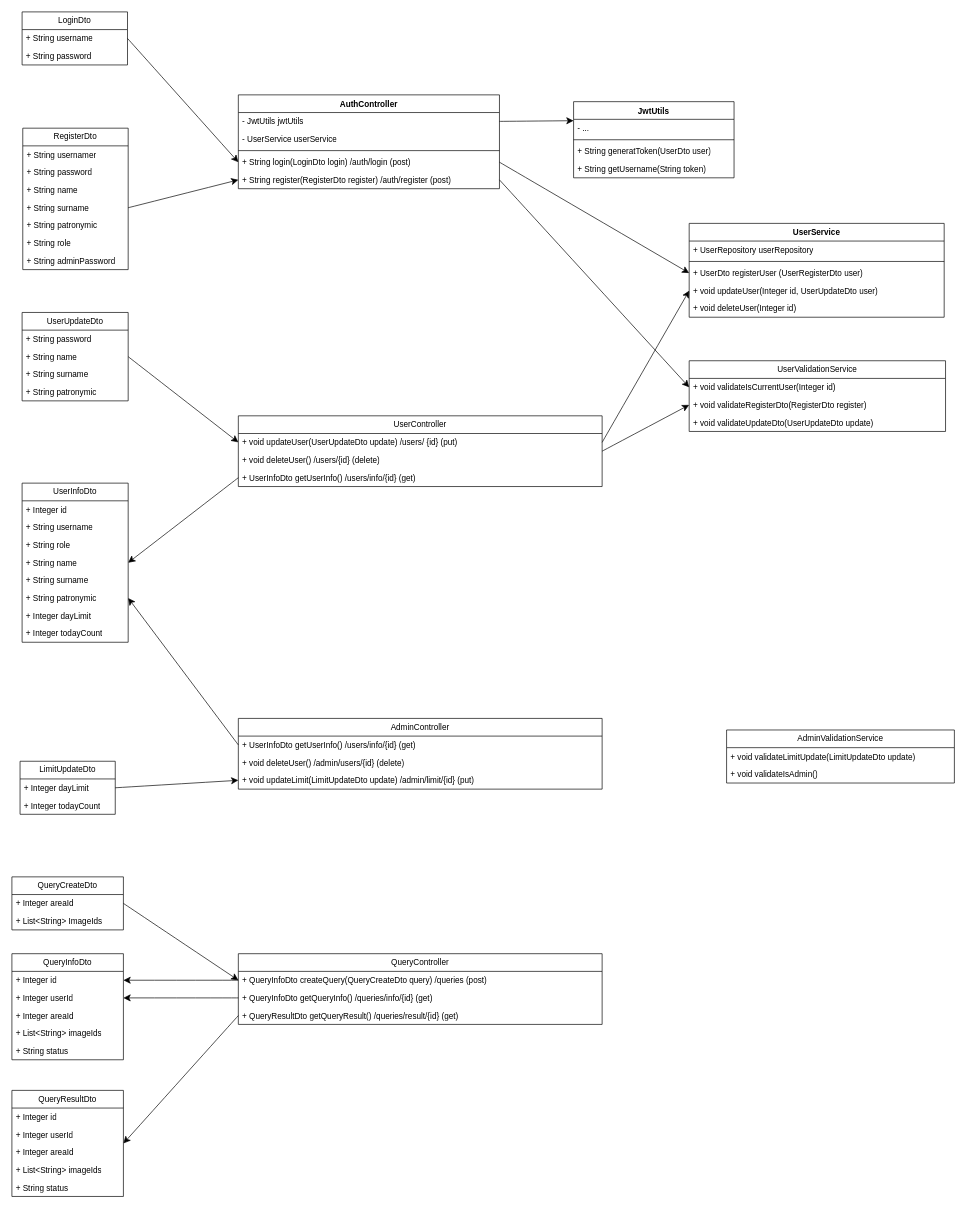
48-iq/drawIo keeps this draw.io diagram as page "GateWay" (2 of 4) of projects/accelerator-prototype.drawio. Above is the earlier version. Source tidied: cells renumbered, new cells numbered last; positions are measured from the earlier drawing's top-left corner, leaving out a move shared by most shapes. Both pictures are drawn from the tidied source at 68%, with x=0, y=0 at pixel (12, 12).
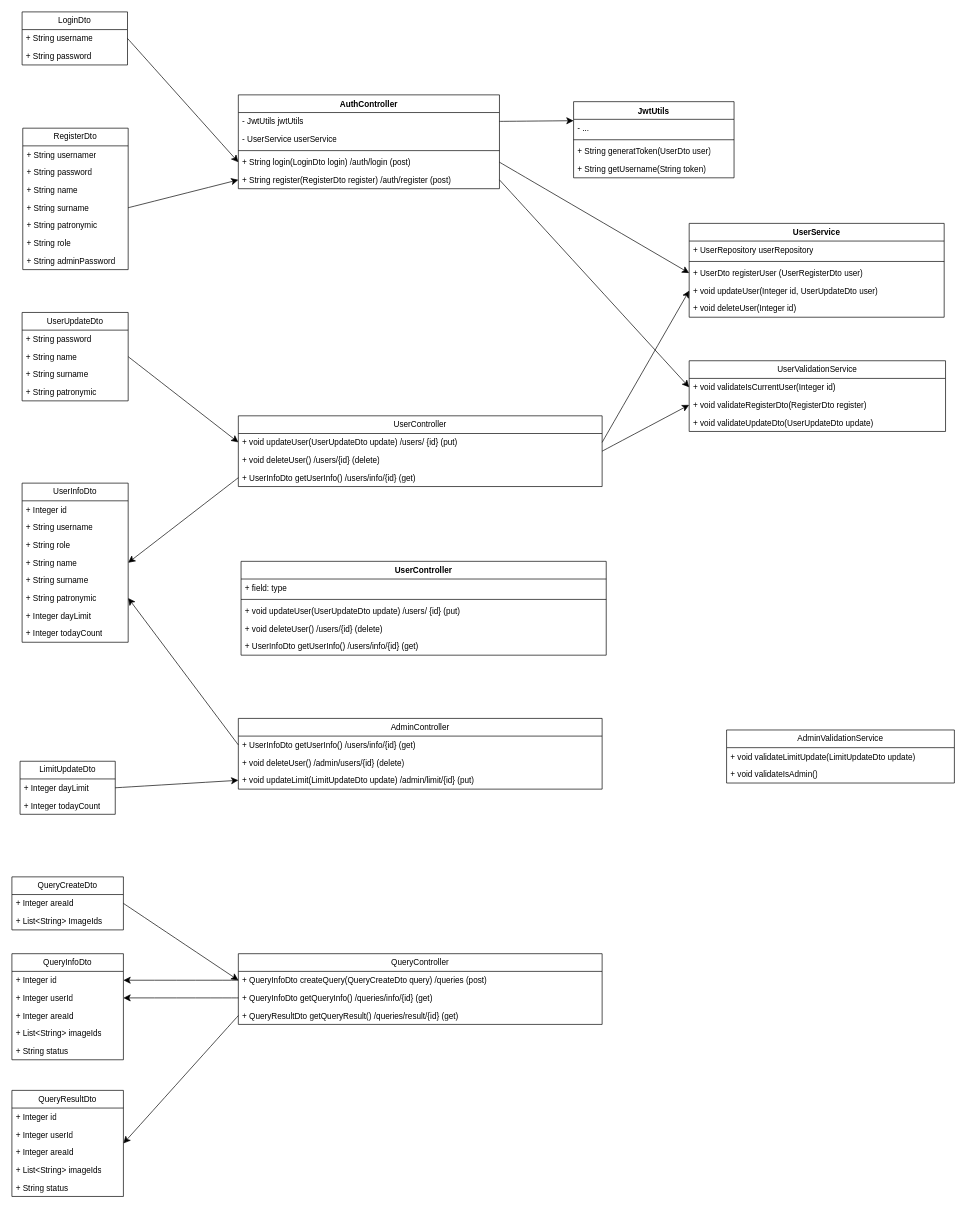
After the change.

Change to the diagram source:
```diff
@@
+    <mxCell id="96" value="UserController" style="swimlane;fontStyle=1;align=center;verticalAlign=top;horizontal=1;startSize=26;whiteSpace=wrap;html=1;" parent="1" vertex="1">
+      <mxGeometry x="337" y="808" width="537" height="138" as="geometry" />
+    </mxCell>
+    <mxCell id="97" value="+ field: type" style="text;strokeColor=none;fillColor=none;align=left;verticalAlign=top;spacingLeft=4;spacingRight=4;overflow=hidden;whiteSpace=wrap;html=1;" parent="96" vertex="1">
+      <mxGeometry y="26" width="537" height="26" as="geometry" />
+    </mxCell>
+    <mxCell id="98" style="line;strokeWidth=1;fillColor=none;align=left;verticalAlign=middle;spacingTop=-1;spacingLeft=3;spacingRight=3;labelPosition=right;strokeColor=inherit;" parent="96" vertex="1">
+      <mxGeometry y="52" width="537" height="8" as="geometry" />
+    </mxCell>
+    <mxCell id="99" value="+ void updateUser(UserUpdateDto update) /users/ {id} (put)" style="text;strokeColor=none;fillColor=none;align=left;verticalAlign=top;spacingLeft=4;spacingRight=4;overflow=hidden;whiteSpace=wrap;html=1;" parent="96" vertex="1">
+      <mxGeometry y="60" width="537" height="26" as="geometry" />
+    </mxCell>
+    <mxCell id="100" value="+ void deleteUser() /users/{id} (delete)" style="text;strokeColor=none;fillColor=none;align=left;verticalAlign=top;spacingLeft=4;spacingRight=4;overflow=hidden;whiteSpace=wrap;html=1;" parent="96" vertex="1">
+      <mxGeometry y="86" width="537" height="26" as="geometry" />
+    </mxCell>
+    <mxCell id="101" value="+ UserInfoDto getUserInfo() /users/info/{id} (get) " style="text;strokeColor=none;fillColor=none;align=left;verticalAlign=top;spacingLeft=4;spacingRight=4;overflow=hidden;whiteSpace=wrap;html=1;" parent="96" vertex="1">
+      <mxGeometry y="112" width="537" height="26" as="geometry" />
+    </mxCell>
```
